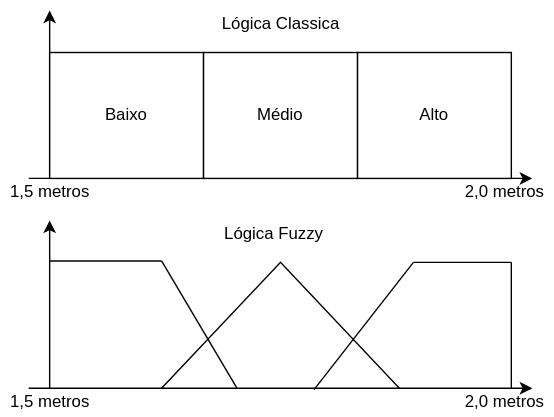
This is ClassicoFuzzy.svg from AllenHichard/machine-learning-image, a draw.io export, as it was before one commit. Source tidied: cells renumbered, new cells last; positions are measured from the earlier drawing's top-left corner, leaving out a move shared by most shapes. Its diagram source:
```xml
<mxGraphModel>
  <root>
    <mxCell id="0" />
    <mxCell id="1" parent="0" />
    <mxCell id="2" style="endArrow=classic;html=1;" parent="1" edge="1">
      <mxGeometry relative="1" as="geometry">
        <mxPoint x="35" y="120" as="sourcePoint" />
        <mxPoint x="35" as="targetPoint" />
      </mxGeometry>
    </mxCell>
    <mxCell id="3" style="endArrow=classic;html=1;" parent="1" edge="1">
      <mxGeometry relative="1" as="geometry">
        <mxPoint x="20" y="120" as="sourcePoint" />
        <mxPoint x="380" y="120" as="targetPoint" />
      </mxGeometry>
    </mxCell>
    <mxCell id="4" value="Alto" style="rounded=0;whiteSpace=wrap;html=1;" parent="1" vertex="1">
      <mxGeometry x="255" y="30" width="110" height="90" as="geometry" />
    </mxCell>
    <mxCell id="5" value="Baixo" style="rounded=0;whiteSpace=wrap;html=1;" parent="1" vertex="1">
      <mxGeometry x="35" y="30" width="110" height="90" as="geometry" />
    </mxCell>
    <mxCell id="6" value="Médio" style="rounded=0;whiteSpace=wrap;html=1;" parent="1" vertex="1">
      <mxGeometry x="145" y="30" width="110" height="90" as="geometry" />
    </mxCell>
    <mxCell id="7" value="1,5 metros" style="text;html=1;align=center;verticalAlign=middle;strokeColor=none;" parent="1" vertex="1">
      <mxGeometry y="120" width="70" height="20" as="geometry" />
    </mxCell>
    <mxCell id="8" value="2,0 metros" style="text;html=1;align=center;verticalAlign=middle;strokeColor=none;" parent="1" vertex="1">
      <mxGeometry x="325" y="120" width="70" height="20" as="geometry" />
    </mxCell>
    <mxCell id="9" style="endArrow=classic;html=1;" parent="1" edge="1">
      <mxGeometry relative="1" as="geometry">
        <mxPoint x="35" y="270" as="sourcePoint" />
        <mxPoint x="35" y="150" as="targetPoint" />
      </mxGeometry>
    </mxCell>
    <mxCell id="10" style="endArrow=classic;html=1;" parent="1" edge="1">
      <mxGeometry relative="1" as="geometry">
        <mxPoint x="20" y="270" as="sourcePoint" />
        <mxPoint x="380" y="270" as="targetPoint" />
      </mxGeometry>
    </mxCell>
    <mxCell id="11" value="1,5 metros" style="text;html=1;align=center;verticalAlign=middle;strokeColor=none;" parent="1" vertex="1">
      <mxGeometry y="270" width="70" height="20" as="geometry" />
    </mxCell>
    <mxCell id="12" value="2,0 metros" style="text;html=1;align=center;verticalAlign=middle;strokeColor=none;" parent="1" vertex="1">
      <mxGeometry x="325" y="270" width="70" height="20" as="geometry" />
    </mxCell>
    <mxCell id="13" value="Lógica Classica" style="text;html=1;align=center;verticalAlign=middle;strokeColor=none;" parent="1" vertex="1">
      <mxGeometry x="150" width="100" height="20" as="geometry" />
    </mxCell>
    <mxCell id="14" value="Lógica Fuzzy" style="text;html=1;align=center;verticalAlign=middle;strokeColor=none;" parent="1" vertex="1">
      <mxGeometry x="150" y="150" width="90" height="20" as="geometry" />
    </mxCell>
    <mxCell id="15" style="triangle;whiteSpace=wrap;html=1;direction=north;" parent="1" vertex="1">
      <mxGeometry x="115" y="180" width="170" height="90" as="geometry" />
    </mxCell>
    <mxCell id="16" style="endArrow=none;html=1;exitX=-0.011;exitY=0.641;exitDx=0;exitDy=0;exitPerimeter=0;" parent="1" edge="1" source="15">
      <mxGeometry relative="1" as="geometry">
        <mxPoint x="295" y="180" as="targetPoint" />
      </mxGeometry>
    </mxCell>
    <mxCell id="17" style="endArrow=none;html=1;exitX=-0.011;exitY=0.641;exitDx=0;exitDy=0;exitPerimeter=0;" parent="1" edge="1">
      <mxGeometry relative="1" as="geometry">
        <mxPoint x="169" y="270" as="sourcePoint" />
        <mxPoint x="115" y="179" as="targetPoint" />
      </mxGeometry>
    </mxCell>
    <mxCell id="18" style="endArrow=none;html=1;" parent="1" edge="1">
      <mxGeometry relative="1" as="geometry">
        <mxPoint x="295" y="180" as="sourcePoint" />
        <mxPoint x="365" y="180" as="targetPoint" />
      </mxGeometry>
    </mxCell>
    <mxCell id="19" style="endArrow=none;html=1;" parent="1" edge="1">
      <mxGeometry relative="1" as="geometry">
        <mxPoint x="35" y="179" as="sourcePoint" />
        <mxPoint x="115" y="179" as="targetPoint" />
      </mxGeometry>
    </mxCell>
    <mxCell id="20" style="endArrow=none;html=1;" parent="1" edge="1">
      <mxGeometry relative="1" as="geometry">
        <mxPoint x="365" y="270" as="sourcePoint" />
        <mxPoint x="365" y="180" as="targetPoint" />
        <Array as="points">
          <mxPoint x="365" y="220" />
        </Array>
      </mxGeometry>
    </mxCell>
  </root>
</mxGraphModel>
```
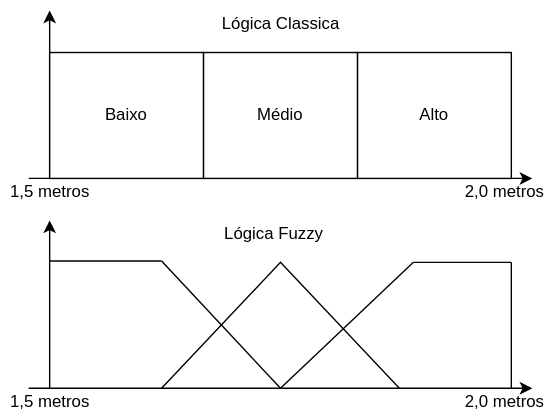
Later version of the same file.

What changed in the source:
```diff
@@ -56,14 +56,13 @@
     <mxCell id="15" style="triangle;whiteSpace=wrap;html=1;direction=north;" parent="1" vertex="1">
       <mxGeometry x="115" y="180" width="170" height="90" as="geometry" />
     </mxCell>
-    <mxCell id="16" style="endArrow=none;html=1;exitX=-0.011;exitY=0.641;exitDx=0;exitDy=0;exitPerimeter=0;" parent="1" edge="1" source="15">
+    <mxCell id="16" style="endArrow=none;html=1;exitX=0;exitY=0.5;exitDx=0;exitDy=0;" parent="1" edge="1" source="15">
       <mxGeometry relative="1" as="geometry">
         <mxPoint x="295" y="180" as="targetPoint" />
       </mxGeometry>
     </mxCell>
-    <mxCell id="17" style="endArrow=none;html=1;exitX=-0.011;exitY=0.641;exitDx=0;exitDy=0;exitPerimeter=0;" parent="1" edge="1">
+    <mxCell id="17" style="endArrow=none;html=1;exitX=0;exitY=0.5;exitDx=0;exitDy=0;" parent="1" edge="1" source="15">
       <mxGeometry relative="1" as="geometry">
-        <mxPoint x="169" y="270" as="sourcePoint" />
         <mxPoint x="115" y="179" as="targetPoint" />
       </mxGeometry>
     </mxCell>
```
